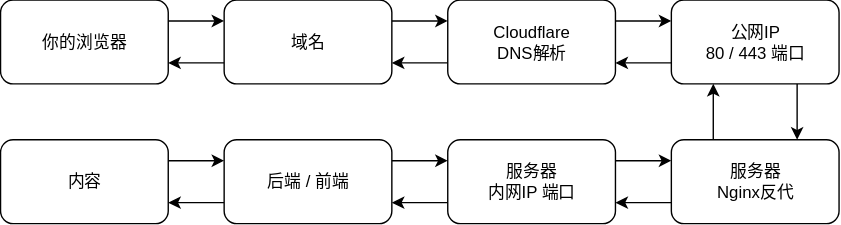
ghskyzhou/ghskyzhou.github.io keeps this draw.io diagram as img/Website.drawio.svg. Above is the earlier version. Source tidied: cells renumbered, new cells last; positions are measured from the earlier drawing's top-left corner, leaving out a move shared by most shapes.
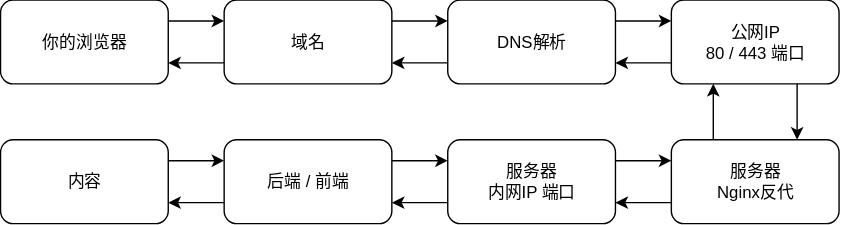
Above is the later version.

Diff of the diagram source:
```diff
@@ -23,7 +23,7 @@
     <mxCell id="8" style="edgeStyle=orthogonalEdgeStyle;rounded=0;jettySize=auto;html=1;exitX=0;exitY=0.75;exitDx=0;exitDy=0;entryX=1;entryY=0.75;entryDx=0;entryDy=0;" parent="1" edge="1" source="9" target="6">
       <mxGeometry relative="1" as="geometry" />
     </mxCell>
-    <mxCell id="9" value="Cloudflare&lt;div&gt;DNS解析&lt;/div&gt;" style="rounded=1;whiteSpace=wrap;html=1;fillColor=light-dark(#FFFFFF,transparent);" parent="1" vertex="1">
+    <mxCell id="9" value="&lt;div&gt;DNS解析&lt;/div&gt;" style="rounded=1;whiteSpace=wrap;html=1;fillColor=light-dark(#FFFFFF,transparent);" parent="1" vertex="1">
       <mxGeometry x="320" width="120" height="60" as="geometry" />
     </mxCell>
     <mxCell id="10" style="edgeStyle=orthogonalEdgeStyle;rounded=0;jettySize=auto;html=1;exitX=0.75;exitY=1;exitDx=0;exitDy=0;entryX=0.75;entryY=0;entryDx=0;entryDy=0;" parent="1" edge="1" source="12" target="15">
```
